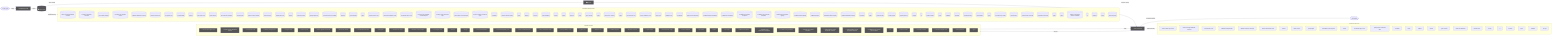
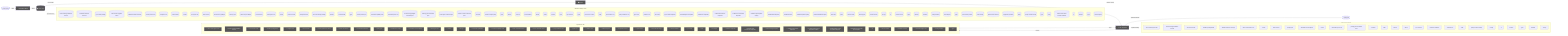
flowchart LR
  UserQ(["👤 User Query"])
  Embed["📐 Embedding Model"]
  VecDB[("📚 Vector Store")]
  Retriever["🔍 Retriever"]
  LLMNode["🧠 LLM / Generator"]
  Output(["✅ Response"])
  UserQ -->|query| Embed
  Embed -->|vector| VecDB
  VecDB -->|top-k chunks| Retriever
  Retriever -->|context + query| LLMNode
  LLMNode -->|generated answer| Output
  subgraph DetectedMemory["Detected memory stores"]
    det_detectedmemory_check_steering_feedback_contract_80134459[("check-steering-feedback-contract")]
    det_detectedmemory_normalize_workflow_contracts_8701f1c8[("normalize-workflow-contracts")]
    det_detectedmemory_sync_codex_preflight_7e7a8dc2[("sync-codex-preflight")]
    det_detectedmemory_test_harness_upgrade_matrix_84113c4e[("test-harness-upgrade-matrix")]
    det_detectedmemory_validate_workflow_contracts_33dc063c[("validate-workflow-contracts")]
    det_detectedmemory_branch_protect_core_a8feb0fd[("branch-protect-core")]
    det_detectedmemory_ci_migrate_core_7005b5af[("ci-migrate-core")]
    det_detectedmemory_context_health_80bb7da9[("context-health")]
    det_detectedmemory_context_ea7792a2[("context")]
    det_detectedmemory_docs_gate_core_eb9b6c18[("docs-gate-core")]
    det_detectedmemory_index_context_de3ed39d[("index-context")]
    det_detectedmemory_local_memory_preflight_dcc36c42[("local-memory-preflight")]
    det_detectedmemory_memory_gate_a577a506[("memory-gate")]
    det_detectedmemory_pattern_scope_siblings_43abe000[("pattern-scope-siblings")]
    det_detectedmemory_review_context_ca6cf81d[("review-context")]
    det_detectedmemory_review_gate_core_4c8001f9[("review-gate-core")]
    det_detectedmemory_search_24193290[("search")]
    det_detectedmemory_session_context_e5ec72c0[("session-context")]
    det_detectedmemory_tooling_audit_core_328d6a41[("tooling-audit-core")]
    det_detectedmemory_run_local_memory_preflight_36e92808[("run-local-memory-preflight")]
    det_detectedmemory_checker_d2d2328e[("checker")]
    det_detectedmemory_context_health_1_ceb11829[("context-health")]
    det_detectedmemory_types_1_4ecdf56e[("types")]
    det_detectedmemory_branch_protect_sync_570adb18[("branch-protect-sync")]
    det_detectedmemory_command_capability_rules_ca3f496a[("command-capability-rules")]
    det_detectedmemory_command_specs_core_1c0ffc99[("command-specs-core")]
    det_detectedmemory_local_memory_preflight_command_spec_9e23f3ce[("local-memory-preflight-command-spec")]
    det_detectedmemory_memory_gate_command_spec_dc9001a9[("memory-gate-command-spec")]
    det_detectedmemory_review_gate_command_spec_3187376a[("review-gate-command-spec")]
    det_detectedmemory_session_context_command_spec_973afbb1[("session-context-command-spec")]
    det_detectedmemory_constants_7517017f[("constants")]
    det_detectedmemory_context_compact_policy_3dcaf95d[("context-compact-policy")]
    det_detectedmemory_index_1bc04b52[("index")]
    det_detectedmemory_indexer_70fa78e5[("indexer")]
    det_detectedmemory_init_error_5c7dd49f[("init-error")]
    det_detectedmemory_lexical_fallback_723e2b3e[("lexical-fallback")]
    det_detectedmemory_ollama_76e3c7bf[("ollama")]
    det_detectedmemory_rollout_a4fa034c[("rollout")]
    det_detectedmemory_sources_878a52fc[("sources")]
    det_detectedmemory_store_824d80d7[("store")]
    det_detectedmemory_sync_contract_c79fa191[("sync-contract")]
    det_detectedmemory_types_5_f869ec4b[("types")]
    det_detectedmemory_harness_run_context_ac7c77a9[("harness-run-context")]
    det_detectedmemory_index_1_faebc14e[("index")]
    det_detectedmemory_json_schema_core_96d7e328[("json-schema-core")]
    det_detectedmemory_policy_validators_core_714a3fe7[("policy-validators-core")]
    det_detectedmemory_types_core_e405ddca[("types-core")]
    det_detectedmemory_validator_core_4358f8ba[("validator-core")]
    det_detectedmemory_init_modes_c05ceb07[("init-modes")]
    det_detectedmemory_project_brain_templates_7ef51530[("project-brain-templates")]
    det_detectedmemory_scaffold_diagram_templates_dd88e83c[("scaffold-diagram-templates")]
    det_detectedmemory_scaffold_doc_templates_f6152330[("scaffold-doc-templates")]
    det_detectedmemory_scaffold_environment_templates_c1ceba6a[("scaffold-environment-templates")]
    det_detectedmemory_scaffold_root_command_templates_404fed7f[("scaffold-root-command-templates")]
    det_detectedmemory_scaffold_script_template_registry_69312d4e[("scaffold-script-template-registry")]
    det_detectedmemory_scaffold_shell_templates_0ad0f915[("scaffold-shell-templates")]
    det_detectedmemory_scaffold_surfaces_12d6494e[("scaffold-surfaces")]
    det_detectedmemory_scaffold_template_registry_b1cce2aa[("scaffold-template-registry")]
    det_detectedmemory_scaffold_workflow_template_92310587[("scaffold-workflow-template")]
    det_detectedmemory_eval_seed_5699fd3e[("eval-seed")]
    det_detectedmemory_index_6_fc9e91e2[("index")]
    det_detectedmemory_review_context_1_e3afed15[("review-context")]
    det_detectedmemory_memory_gate_1_265164ac[("memory-gate")]
    det_detectedmemory_branch_enforcer_acb749cd[("branch-enforcer")]
    det_detectedmemory_cli_args_5_09ea29f0[("cli-args")]
    det_detectedmemory_cli_6_eac72be2[("cli")]
    det_detectedmemory_metrics_tracker_98cec29c[("metrics-tracker")]
    det_detectedmemory_types_15_86775c96[("types")]
    det_detectedmemory_validator_4_5180cf23[("validator")]
    det_detectedmemory_classifier_fe1991a9[("classifier")]
    det_detectedmemory_tooling_baseline_50ab2eeb[("tooling-baseline")]
    det_detectedmemory_claim_helpers_20dc8387[("claim-helpers")]
    det_detectedmemory_types_20_071a0112[("types")]
    det_detectedmemory_local_memory_smoke_1175abfc[("local-memory-smoke")]
    det_detectedmemory_local_memory_0db17ecc[("local-memory")]
    det_detectedmemory_performance_overload_c685bfcf[("performance-overload")]
    det_detectedmemory_suggestion_generator_0956f794[("suggestion-generator")]
+     det_detectedmemory_index_8_6f0f20ec[("index")]
+     det_detectedmemory_prompt_context_receipt_17b862b2[("prompt-context-receipt")]
    det_detectedmemory_types_27_4d134744[("types")]
    det_detectedmemory_policy_1_fc4198db[("policy")]
    det_detectedmemory_runtime_card_codex_runtime_validation_d8ce9934[("runtime-card-codex-runtime-validation")]
    det_detectedmemory_cli_11_338a8415[("cli")]
    det_detectedmemory_collector_0736fd5b[("collector")]
    det_detectedmemory_types_30_424b976c[("types")]
    det_detectedmemory_overload_guard_2748c559[("overload-guard")]
  end
  VecDB -. "implemented by" .-> DetectedMemory
  subgraph DetectedLLM["Detected LLM clients"]
    det_detectedllm_check_codex_agent_roles_5bb2e89b["check-codex-agent-roles"]
    det_detectedllm_check_steering_feedback_contract_80134459["check-steering-feedback-contract"]
    det_detectedllm_run_harness_evals_77704768["run-harness-evals"]
    det_detectedllm_validate_packaged_skill_5e32c890["validate-packaged-skill"]
    det_detectedllm_validate_reviewer_coverage_251efee3["validate-reviewer-coverage"]
    det_detectedllm_check_environment_core_2c16213f["check-environment-core"]
    det_detectedllm_context_ea7792a2["context"]
    det_detectedllm_index_context_de3ed39d["index-context"]
    det_detectedllm_prompt_gate_c5e9d207["prompt-gate"]
    det_detectedllm_remediate_runner_helpers_929fedcc["remediate-runner-helpers"]
    det_detectedllm_search_24193290["search"]
    det_detectedllm_command_specs_core_1c0ffc99["command-specs-core"]
    det_detectedllm_prompt_gate_command_spec_9a941482["prompt-gate-command-spec"]
    det_detectedllm_constants_7517017f["constants"]
    det_detectedllm_index_1bc04b52["index"]
    det_detectedllm_indexer_70fa78e5["indexer"]
    det_detectedllm_ollama_76e3c7bf["ollama"]
    det_detectedllm_sync_contract_c79fa191["sync-contract"]
    det_detectedllm_north_star_validators_cfc926ce["north-star-validators"]
    det_detectedllm_sensitive_text_7c11f760["sensitive-text"]
+     det_detectedllm_index_8_6f0f20ec["index"]
+     det_detectedllm_prompt_context_receipt_17b862b2["prompt-context-receipt"]
    det_detectedllm_cli_args_9_9c136878["cli-args"]
    det_detectedllm_cli_10_35dc8cbd["cli"]
    det_detectedllm_sections_4697ef32["sections"]
    det_detectedllm_types_23_4352ee2e["types"]
    det_detectedllm_validator_6_3688adbf["validator"]
    det_detectedllm_cli_args_10_861cdd3f["cli-args"]
  end
  LLMNode -. "implemented by" .-> DetectedLLM
  subgraph DetectedTools["Agentic tool calls"]
    det_detectedtools_check_codex_agent_roles_5bb2e89b["🔧 check-codex-agent-roles"]
    det_detectedtools_check_steering_feedback_contract_80134459["🔧 check-steering-feedback-contract"]
    det_detectedtools_run_harness_evals_77704768["🔧 run-harness-evals"]
    det_detectedtools_validate_packaged_skill_5e32c890["🔧 validate-packaged-skill"]
    det_detectedtools_ci_migrate_core_7005b5af["🔧 ci-migrate-core"]
    det_detectedtools_doctor_checks_5a2eb2b9["🔧 doctor-checks"]
    det_detectedtools_doctor_github_tool_checks_a53b0382["🔧 doctor-github-tool-checks"]
    det_detectedtools_doctor_tool_checks_4acac51a["🔧 doctor-tool-checks"]
    det_detectedtools_next_blocked_decisions_4140ad2b["🔧 next-blocked-decisions"]
    det_detectedtools_policy_gate_213f7313["🔧 policy-gate"]
    det_detectedtools_remediate_cli_output_cc165396["🔧 remediate-cli-output"]
    det_detectedtools_remediate_runner_helpers_929fedcc["🔧 remediate-runner-helpers"]
    det_detectedtools_review_gate_core_4c8001f9["🔧 review-gate-core"]
    det_detectedtools_checker_d2d2328e["🔧 checker"]
    det_detectedtools_cli_args_1_6144b055["🔧 cli-args"]
    det_detectedtools_command_capabilities_a4d5c71e["🔧 command-capabilities"]
    det_detectedtools_command_capability_rules_ca3f496a["🔧 command-capability-rules"]
    det_detectedtools_linear_command_actions_e430f4f4["🔧 linear-command-actions"]
    det_detectedtools_linear_command_runner_4a740dfc["🔧 linear-command-runner"]
    det_detectedtools_policy_validators_core_714a3fe7["🔧 policy-validators-core"]
    det_detectedtools_types_core_e405ddca["🔧 types-core"]
    det_detectedtools_validator_core_4358f8ba["🔧 validator-core"]
    det_detectedtools_validator_helpers_7b927667["🔧 validator-helpers"]
    det_detectedtools_he_phase_exit_core_1148895b["🔧 he-phase-exit-core"]
    det_detectedtools_ralph_runtime_73d63c0e["🔧 ralph-runtime"]
    det_detectedtools_observed_skill_usage_ed7d5930["🔧 observed-skill-usage"]
    det_detectedtools_closure_evidence_aaa31467["🔧 closure-evidence"]
    det_detectedtools_pr_creator_dc6b1ea4["🔧 pr-creator"]
    det_detectedtools_client_948fe603["🔧 client"]
    det_detectedtools_init_output_360dce91["🔧 init-output"]
    det_detectedtools_scaffold_ci_templates_2afd6392["🔧 scaffold-ci-templates"]
    det_detectedtools_scaffold_codex_environment_templates_334fbbed["🔧 scaffold-codex-environment-templates"]
    det_detectedtools_scaffold_config_templates_4b80ce53["🔧 scaffold-config-templates"]
    det_detectedtools_scaffold_environment_templates_c1ceba6a["🔧 scaffold-environment-templates"]
    det_detectedtools_scaffold_github_actions_pr_pipeline_renderer_1ee18de5["🔧 scaffold-github-actions-pr-pipeline-renderer"]
    det_detectedtools_scaffold_github_actions_pr_pipeline_template_e2b85f62["🔧 scaffold-github-actions-pr-pipeline-template"]
    det_detectedtools_scaffold_release_private_npm_template_075499f8["🔧 scaffold-release-private-npm-template"]
    det_detectedtools_cli_6_eac72be2["🔧 cli"]
    det_detectedtools_metrics_tracker_98cec29c["🔧 metrics-tracker"]
    det_detectedtools_normalise_renderer_85f2e563["🔧 normalise-renderer"]
    det_detectedtools_evaluation_engine_core_e054fe49["🔧 evaluation-engine-core"]
    det_detectedtools_tooling_baseline_50ab2eeb["🔧 tooling-baseline"]
    det_detectedtools_types_32_bfe791ff["🔧 types"]
  end
  LLMNode -->|tool use| DetectedTools
  DetectedTools -->|result| LLMNode
  classDef memNode fill:#555,color:#fff
  class VecDB,Retriever memNode
  classDef llmNode fill:#555,color:#fff
  class LLMNode,Embed llmNode
  classDef toolNode fill:#555,color:#fff
  class det_detectedtools_check_codex_agent_roles_5bb2e89b,det_detectedtools_check_steering_feedback_contract_80134459,det_detectedtools_run_harness_evals_77704768,det_detectedtools_validate_packaged_skill_5e32c890,det_detectedtools_ci_migrate_core_7005b5af,det_detectedtools_doctor_checks_5a2eb2b9,det_detectedtools_doctor_github_tool_checks_a53b0382,det_detectedtools_doctor_tool_checks_4acac51a,det_detectedtools_next_blocked_decisions_4140ad2b,det_detectedtools_policy_gate_213f7313,det_detectedtools_remediate_cli_output_cc165396,det_detectedtools_remediate_runner_helpers_929fedcc,det_detectedtools_review_gate_core_4c8001f9,det_detectedtools_checker_d2d2328e,det_detectedtools_cli_args_1_6144b055,det_detectedtools_command_capabilities_a4d5c71e,det_detectedtools_command_capability_rules_ca3f496a,det_detectedtools_linear_command_actions_e430f4f4,det_detectedtools_linear_command_runner_4a740dfc,det_detectedtools_policy_validators_core_714a3fe7,det_detectedtools_types_core_e405ddca,det_detectedtools_validator_core_4358f8ba,det_detectedtools_validator_helpers_7b927667,det_detectedtools_he_phase_exit_core_1148895b,det_detectedtools_ralph_runtime_73d63c0e,det_detectedtools_observed_skill_usage_ed7d5930,det_detectedtools_closure_evidence_aaa31467,det_detectedtools_pr_creator_dc6b1ea4,det_detectedtools_client_948fe603,det_detectedtools_init_output_360dce91,det_detectedtools_scaffold_ci_templates_2afd6392,det_detectedtools_scaffold_codex_environment_templates_334fbbed,det_detectedtools_scaffold_config_templates_4b80ce53,det_detectedtools_scaffold_environment_templates_c1ceba6a,det_detectedtools_scaffold_github_actions_pr_pipeline_renderer_1ee18de5,det_detectedtools_scaffold_github_actions_pr_pipeline_template_e2b85f62,det_detectedtools_scaffold_release_private_npm_template_075499f8,det_detectedtools_cli_6_eac72be2,det_detectedtools_metrics_tracker_98cec29c,det_detectedtools_normalise_renderer_85f2e563,det_detectedtools_evaluation_engine_core_e054fe49,det_detectedtools_tooling_baseline_50ab2eeb,det_detectedtools_types_32_bfe791ff toolNode
